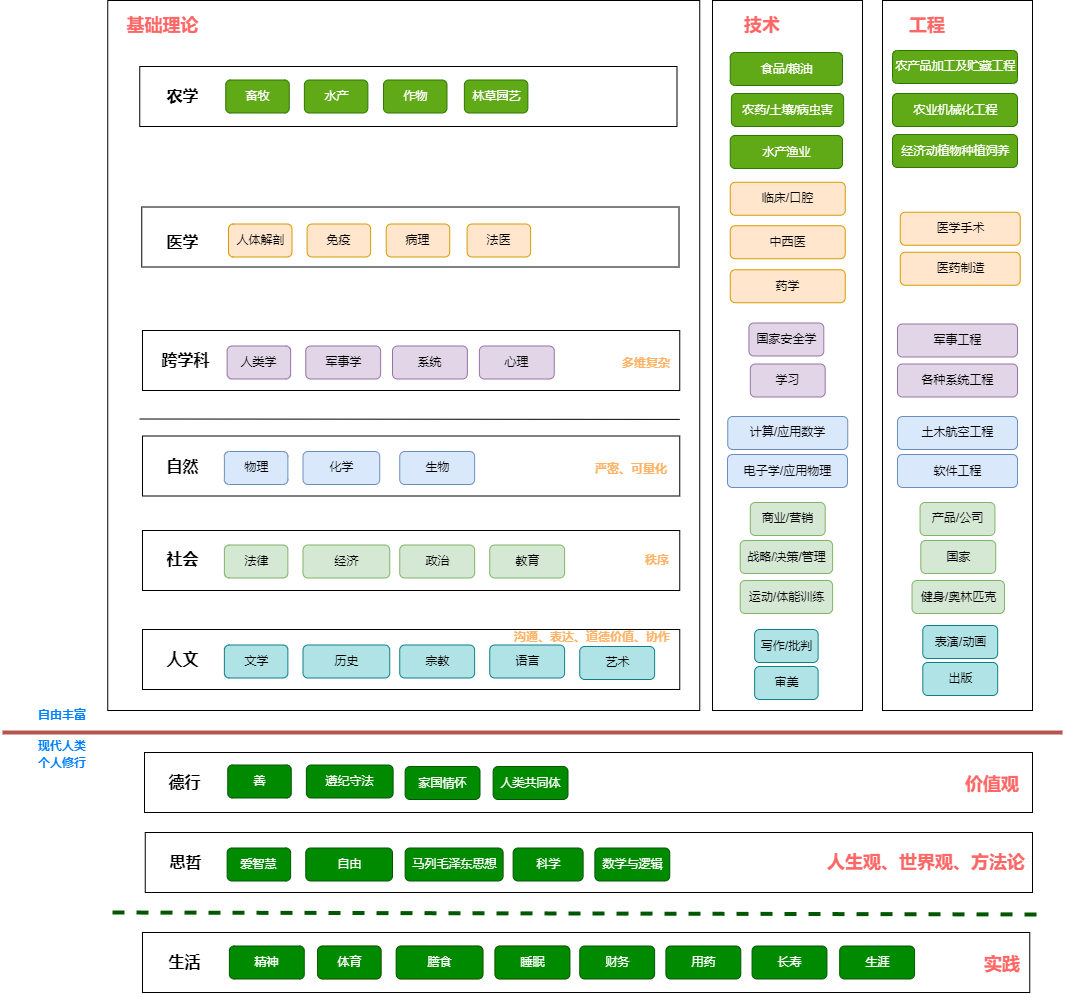
Earlier version of the draw.io export image/big-science.drawio.png (codefossil/livingbook). Source tidied: cells renumbered, new cells last; positions are measured from the earlier drawing's top-left corner, leaving out a move shared by most shapes.
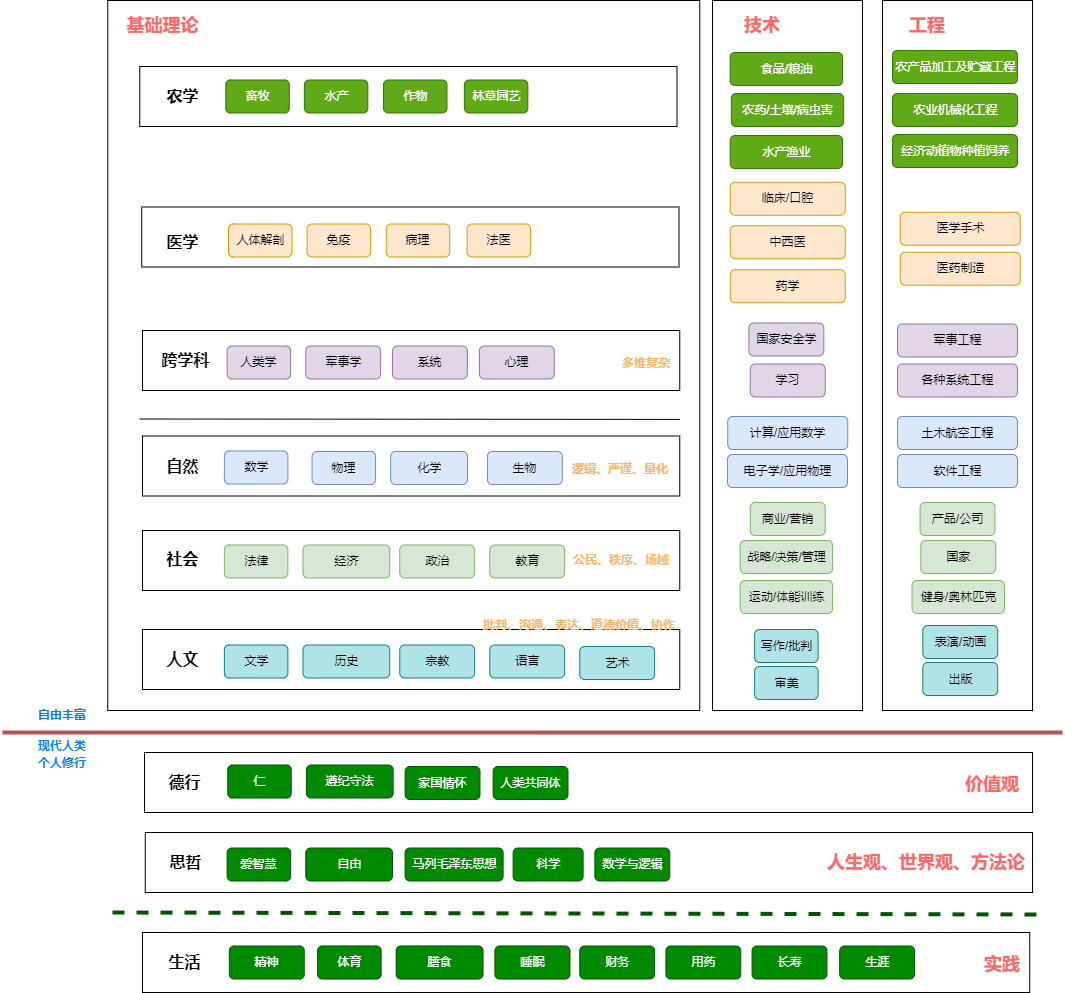
The same file after the commit.

Commit message:
重新整理了下man101和知识体系

What changed in the source:
```diff
@@ -47,7 +47,7 @@
     <mxCell id="16" value="&lt;span style=&quot;font-size: 16px;&quot;&gt;德行&lt;br&gt;&lt;/span&gt;" style="fillColor=none;strokeColor=none;html=1;fontColor=#000000;align=center;verticalAlign=middle;fontStyle=1;fontSize=12;shadow=0;" parent="1" vertex="1">
       <mxGeometry x="139.2" y="765.5" width="86" height="33" as="geometry" />
     </mxCell>
-    <mxCell id="17" value="善" style="rounded=1;fillColor=#008a00;strokeColor=#005700;html=1;align=center;verticalAlign=middle;fontStyle=0;fontSize=12;sketch=0;shadow=0;fontColor=#ffffff;" parent="1" vertex="1">
+    <mxCell id="17" value="仁" style="rounded=1;fillColor=#008a00;strokeColor=#005700;html=1;align=center;verticalAlign=middle;fontStyle=0;fontSize=12;sketch=0;shadow=0;fontColor=#ffffff;" parent="1" vertex="1">
       <mxGeometry x="225.2" y="764.5" width="63.5" height="33" as="geometry" />
     </mxCell>
     <mxCell id="18" value="遵纪守法" style="rounded=1;fillColor=#008a00;strokeColor=#005700;html=1;align=center;verticalAlign=middle;fontStyle=0;fontSize=12;sketch=0;shadow=0;fontColor=#ffffff;" parent="1" vertex="1">
@@ -102,13 +102,13 @@
       <mxGeometry x="137.2" y="449" width="86" height="33" as="geometry" />
     </mxCell>
     <mxCell id="33" value="物理" style="rounded=1;fillColor=#dae8fc;strokeColor=#6c8ebf;html=1;align=center;verticalAlign=middle;fontStyle=0;fontSize=12;sketch=0;shadow=0;" parent="1" vertex="1">
-      <mxGeometry x="221.9" y="451" width="63.5" height="33" as="geometry" />
+      <mxGeometry x="309.6" y="451" width="63.5" height="33" as="geometry" />
     </mxCell>
     <mxCell id="34" value="化学" style="rounded=1;fillColor=#dae8fc;strokeColor=#6c8ebf;html=1;align=center;verticalAlign=middle;fontStyle=0;fontSize=12;sketch=0;shadow=0;" parent="1" vertex="1">
-      <mxGeometry x="300.5" y="451" width="76.8" height="33" as="geometry" />
+      <mxGeometry x="388.2" y="451" width="76.8" height="33" as="geometry" />
     </mxCell>
     <mxCell id="35" value="生物" style="rounded=1;fillColor=#dae8fc;strokeColor=#6c8ebf;html=1;align=center;verticalAlign=middle;fontStyle=0;fontSize=12;sketch=0;shadow=0;" parent="1" vertex="1">
-      <mxGeometry x="397.2" y="451" width="74.9" height="33" as="geometry" />
+      <mxGeometry x="484.9" y="451" width="74.9" height="33" as="geometry" />
     </mxCell>
     <mxCell id="36" style="endArrow=none;html=1;fontSize=16;" parent="1" edge="1">
       <mxGeometry relative="1" as="geometry">
@@ -293,7 +293,7 @@
     <mxCell id="95" value="商业/营销" style="rounded=1;fillColor=#d5e8d4;strokeColor=#82b366;html=1;align=center;verticalAlign=middle;fontStyle=0;fontSize=12;sketch=0;shadow=0;" parent="1" vertex="1">
       <mxGeometry x="747.8" y="502" width="74.9" height="33" as="geometry" />
     </mxCell>
-    <mxCell id="96" value="&lt;b style=&quot;&quot;&gt;&lt;font color=&quot;#ffb366&quot; style=&quot;font-size: 12px;&quot;&gt;严密、可量化&lt;/font&gt;&lt;/b&gt;" style="text;html=1;strokeColor=none;fillColor=none;align=right;verticalAlign=middle;whiteSpace=wrap;rounded=0;fontSize=14;fontColor=#FF6666;" parent="1" vertex="1">
+    <mxCell id="96" value="&lt;b style=&quot;&quot;&gt;&lt;font color=&quot;#ffb366&quot; style=&quot;font-size: 12px;&quot;&gt;逻辑、严谨、量化&lt;/font&gt;&lt;/b&gt;" style="text;html=1;strokeColor=none;fillColor=none;align=right;verticalAlign=middle;whiteSpace=wrap;rounded=0;fontSize=14;fontColor=#FF6666;" parent="1" vertex="1">
       <mxGeometry x="544.5" y="452.5" width="122.8" height="30" as="geometry" />
     </mxCell>
     <mxCell id="97" value="产品/公司" style="rounded=1;fillColor=#d5e8d4;strokeColor=#82b366;html=1;align=center;verticalAlign=middle;fontStyle=0;fontSize=12;sketch=0;shadow=0;" parent="1" vertex="1">
@@ -308,10 +308,10 @@
     <mxCell id="100" value="出版" style="rounded=1;fillColor=#b0e3e6;strokeColor=#0e8088;html=1;align=center;verticalAlign=middle;fontStyle=0;fontSize=12;sketch=0;shadow=0;" parent="1" vertex="1">
       <mxGeometry x="920.3" y="662" width="74.9" height="33" as="geometry" />
     </mxCell>
-    <mxCell id="101" value="&lt;b style=&quot;&quot;&gt;&lt;font color=&quot;#ffb366&quot; style=&quot;font-size: 12px;&quot;&gt;沟通、表达、道德价值、协作&lt;/font&gt;&lt;/b&gt;" style="text;html=1;strokeColor=none;fillColor=none;align=right;verticalAlign=middle;whiteSpace=wrap;rounded=0;fontSize=14;fontColor=#FF6666;" parent="1" vertex="1">
-      <mxGeometry x="453" y="621" width="217.2" height="30" as="geometry" />
+    <mxCell id="101" value="&lt;b style=&quot;&quot;&gt;&lt;font color=&quot;#ffb366&quot; style=&quot;font-size: 12px;&quot;&gt;批判、沟通、表达、道德价值、协作&lt;/font&gt;&lt;/b&gt;" style="text;html=1;strokeColor=none;fillColor=none;align=right;verticalAlign=middle;whiteSpace=wrap;rounded=0;fontSize=14;fontColor=#FF6666;" parent="1" vertex="1">
+      <mxGeometry x="430" y="608.5" width="244.5" height="30" as="geometry" />
     </mxCell>
-    <mxCell id="102" value="&lt;font color=&quot;#ffb366&quot;&gt;&lt;span style=&quot;font-size: 12px;&quot;&gt;&lt;b&gt;秩序&lt;/b&gt;&lt;/span&gt;&lt;/font&gt;" style="text;html=1;strokeColor=none;fillColor=none;align=right;verticalAlign=middle;whiteSpace=wrap;rounded=0;fontSize=14;fontColor=#FF6666;" parent="1" vertex="1">
+    <mxCell id="102" value="&lt;font color=&quot;#ffb366&quot;&gt;&lt;span style=&quot;font-size: 12px;&quot;&gt;&lt;b&gt;公民、秩序、场域&lt;/b&gt;&lt;/span&gt;&lt;/font&gt;" style="text;html=1;strokeColor=none;fillColor=none;align=right;verticalAlign=middle;whiteSpace=wrap;rounded=0;fontSize=14;fontColor=#FF6666;" parent="1" vertex="1">
       <mxGeometry x="452.2" y="544" width="217.2" height="30" as="geometry" />
     </mxCell>
     <mxCell id="103" value="&lt;font color=&quot;#ffb366&quot;&gt;&lt;span style=&quot;font-size: 12px;&quot;&gt;&lt;b&gt;多维复杂&lt;/b&gt;&lt;/span&gt;&lt;/font&gt;" style="text;html=1;strokeColor=none;fillColor=none;align=right;verticalAlign=middle;whiteSpace=wrap;rounded=0;fontSize=14;fontColor=#FF6666;" parent="1" vertex="1">
@@ -338,5 +338,8 @@
     <mxCell id="110" value="审美" style="rounded=1;fillColor=#b0e3e6;strokeColor=#0e8088;html=1;align=center;verticalAlign=middle;fontStyle=0;fontSize=12;sketch=0;shadow=0;" parent="1" vertex="1">
       <mxGeometry x="752.1" y="666" width="63.5" height="33" as="geometry" />
     </mxCell>
+    <mxCell id="111" value="数学" style="rounded=1;fillColor=#dae8fc;strokeColor=#6c8ebf;html=1;align=center;verticalAlign=middle;fontStyle=0;fontSize=12;sketch=0;shadow=0;" parent="1" vertex="1">
+      <mxGeometry x="221.9" y="450.5" width="63.5" height="33" as="geometry" />
+    </mxCell>
   </root>
 </mxGraphModel>
```
